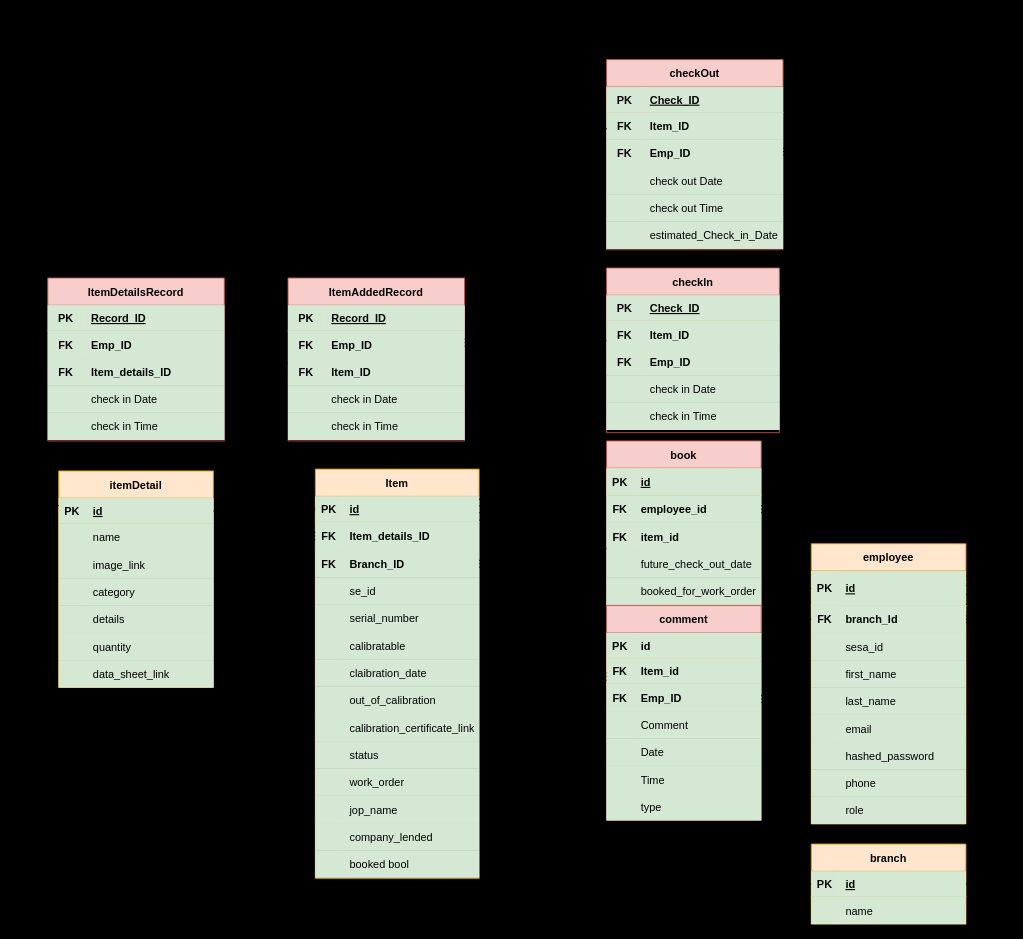
Before: schema.drawio in SeragAmged/wareHouseApi, a draw.io diagram. Source tidied: cells renumbered, new cells numbered last; positions are measured from the earlier drawing's top-left corner, leaving out a move shared by most shapes. Both pictures are drawn from the tidied source at 91%, with x=0, y=0 at pixel (15, 15).
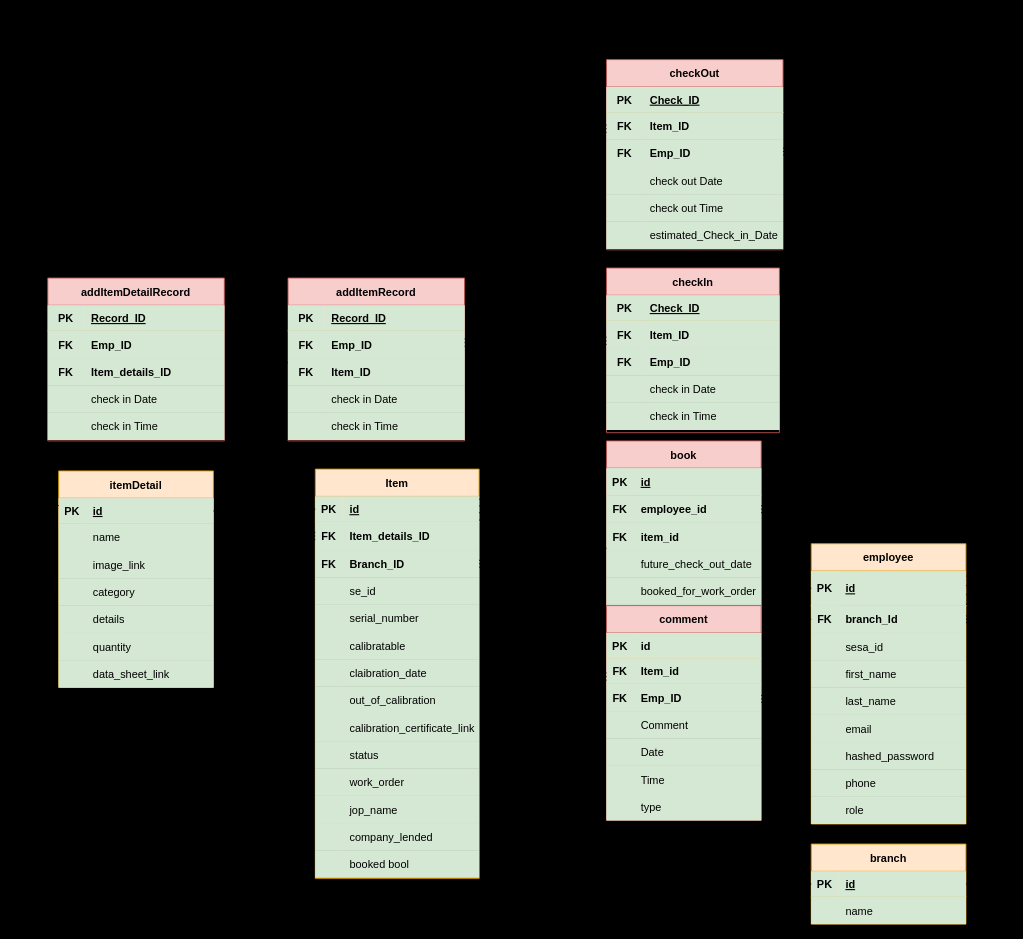
The same page after the edit.

The edit, as a diff of the source:
```diff
@@
-    <mxCell id="166" style="edgeStyle=orthogonalEdgeStyle;rounded=0;orthogonalLoop=1;jettySize=auto;html=1;exitX=0;exitY=0.5;exitDx=0;exitDy=0;startArrow=ERzeroToOne;startFill=0;endArrow=ERmandOne;endFill=0;fontColor=#000000;" parent="1" edge="1">
-      <mxGeometry relative="1" as="geometry">
-        <mxPoint x="650" y="125" as="sourcePoint" />
-        <mxPoint x="510" y="532" as="targetPoint" />
-        <Array as="points">
-          <mxPoint x="590" y="125" />
-          <mxPoint x="590" y="532" />
-        </Array>
-      </mxGeometry>
-    </mxCell>
@@
-    <mxCell id="168" value="ItemAddedRecord" style="shape=table;startSize=30;childLayout=tableLayout;rowLines=0;fontStyle=1;align=center;fillColor=#f8cecc;strokeColor=#b85450;fontColor=#000000;" parent="1" vertex="1">
+    <mxCell id="168" value="addItemRecord" style="shape=table;startSize=30;childLayout=tableLayout;rowLines=0;fontStyle=1;align=center;fillColor=#f8cecc;strokeColor=#b85450;fontColor=#000000;" parent="1" vertex="1">
       <mxGeometry x="300" y="289" width="194" height="179" as="geometry" />
     </mxCell>
@@
-    <mxCell id="189" value="ItemDetailsRecord" style="shape=table;startSize=30;childLayout=tableLayout;rowLines=0;fontStyle=1;align=center;fillColor=#f8cecc;strokeColor=#b85450;fontColor=#000000;" parent="1" vertex="1">
+    <mxCell id="189" value="addItemDetailRecord" style="shape=table;startSize=30;childLayout=tableLayout;rowLines=0;fontStyle=1;align=center;fillColor=#f8cecc;strokeColor=#b85450;fontColor=#000000;" parent="1" vertex="1">
       <mxGeometry x="36" y="289" width="194" height="179" as="geometry" />
     </mxCell>
@@
-    <mxCell id="223" style="edgeStyle=orthogonalEdgeStyle;rounded=0;orthogonalLoop=1;jettySize=auto;html=1;exitX=0;exitY=0.5;exitDx=0;exitDy=0;startArrow=ERzeroToOne;startFill=0;endArrow=ERmandOne;endFill=0;fontColor=#000000;entryX=1;entryY=0.266;entryDx=0;entryDy=0;entryPerimeter=0;" parent="1" edge="1">
+    <mxCell id="223" style="edgeStyle=orthogonalEdgeStyle;rounded=0;orthogonalLoop=1;jettySize=auto;html=1;exitX=0;exitY=0.5;exitDx=0;exitDy=0;startArrow=ERzeroToMany;startFill=0;endArrow=ERmandOne;endFill=0;fontColor=#000000;entryX=1;entryY=0.266;entryDx=0;entryDy=0;entryPerimeter=0;" parent="1" edge="1">
       <mxGeometry relative="1" as="geometry">
         <mxPoint x="650" y="358" as="sourcePoint" />
         <mxPoint x="510" y="539.4" as="targetPoint" />
         <Array as="points">
           <mxPoint x="620" y="358" />
           <mxPoint x="620" y="539" />
         </Array>
       </mxGeometry>
     </mxCell>
@@
-    <mxCell id="225" style="edgeStyle=orthogonalEdgeStyle;rounded=0;orthogonalLoop=1;jettySize=auto;html=1;exitX=0;exitY=0.5;exitDx=0;exitDy=0;startArrow=ERzeroToOne;startFill=0;endArrow=ERmandOne;endFill=0;fontColor=#000000;" parent="1" edge="1">
+    <mxCell id="225" style="edgeStyle=orthogonalEdgeStyle;rounded=0;orthogonalLoop=1;jettySize=auto;html=1;exitX=0;exitY=0.5;exitDx=0;exitDy=0;startArrow=ERzeroToMany;startFill=0;endArrow=ERmandOne;endFill=0;fontColor=#000000;" parent="1" edge="1">
       <mxGeometry relative="1" as="geometry">
         <mxPoint x="650" y="125" as="sourcePoint" />
         <mxPoint x="510" y="532" as="targetPoint" />
         <Array as="points">
           <mxPoint x="590" y="125" />
           <mxPoint x="590" y="532" />
         </Array>
       </mxGeometry>
     </mxCell>
```
